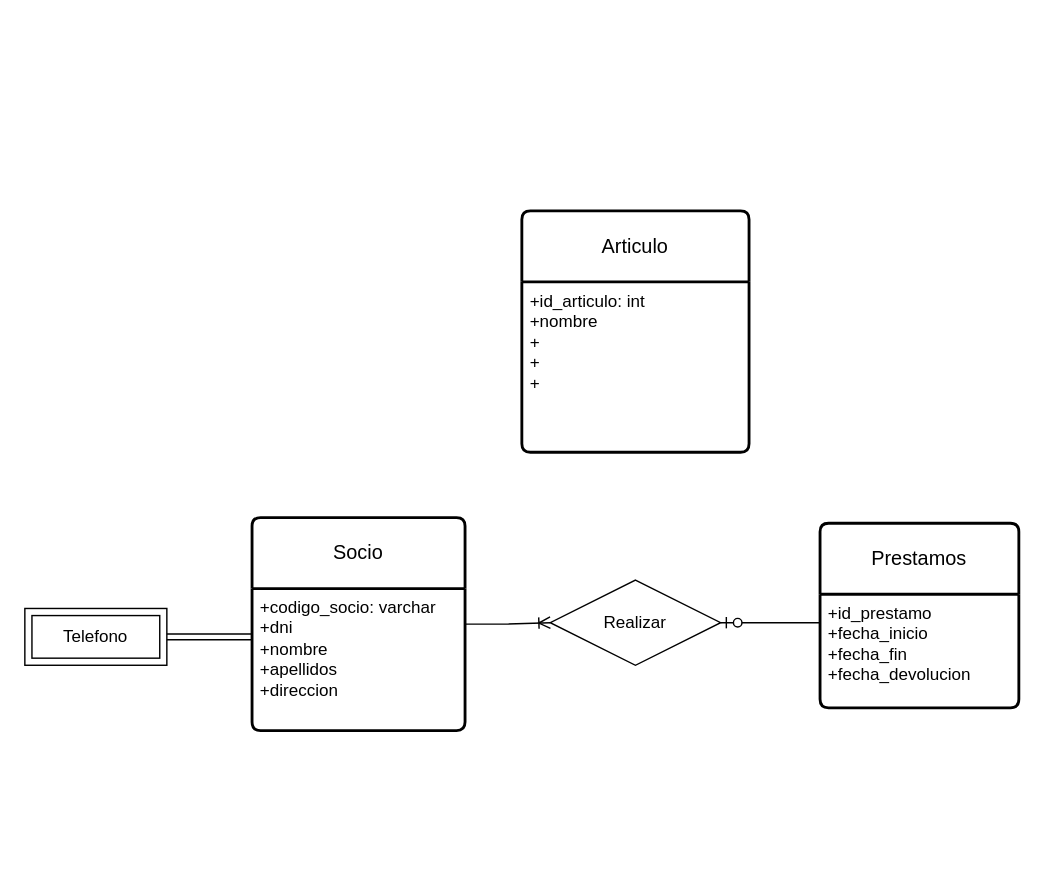
Earlier version of the draw.io diagram ejercicio6.drawio (AsierGArranz/aga-sru-sa-t-UD12DiagramaER-11102023). Source tidied: cells renumbered, new cells numbered last; positions are measured from the earlier drawing's top-left corner, leaving out a move shared by most shapes. Both pictures are drawn from the tidied source at 142%, with x=0, y=0 at pixel (24, 210).
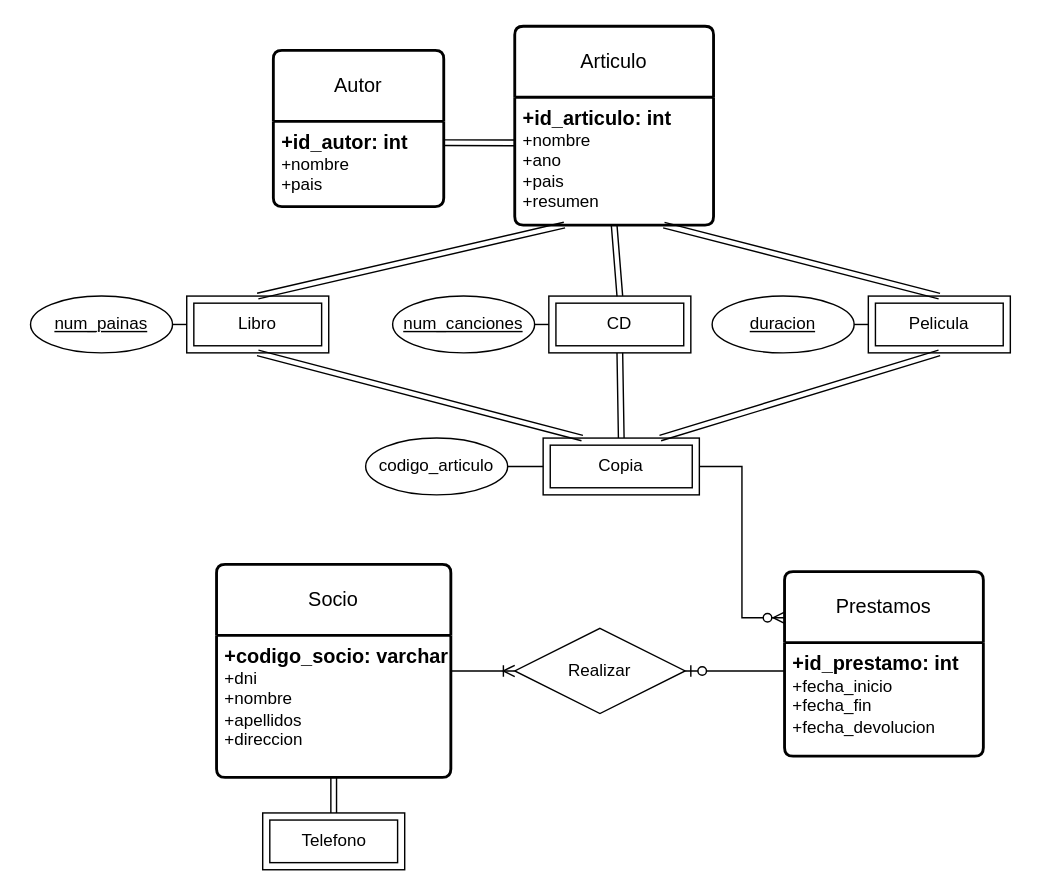
After the change.

What changed in the source:
```diff
@@
     <mxCell id="2" value="Socio" style="swimlane;horizontal=1;startSize=50;rounded=1;fontSize=14;fontStyle=0;strokeWidth=2;shadow=0;dashed=0;align=center;arcSize=4;whiteSpace=wrap;html=1;" parent="1" vertex="1">
-      <mxGeometry x="160" y="216" width="150" height="150" as="geometry" />
+      <mxGeometry x="135" y="249" width="165" height="150" as="geometry" />
     </mxCell>
-    <mxCell id="3" value="+codigo_socio: varchar&lt;br&gt;+dni&lt;br&gt;+nombre&lt;br&gt;+apellidos&lt;br&gt;+direccion" style="align=left;strokeColor=none;fillColor=none;spacingLeft=4;fontSize=12;verticalAlign=top;html=1;" parent="2" vertex="1">
-      <mxGeometry y="50" width="150" height="100" as="geometry" />
+    <mxCell id="3" value="&lt;font style=&quot;font-size: 14px;&quot;&gt;&lt;b&gt;+codigo_socio: varchar&lt;br&gt;&lt;/b&gt;&lt;/font&gt;+dni&lt;br&gt;+nombre&lt;br&gt;+apellidos&lt;br&gt;+direccion" style="align=left;strokeColor=none;fillColor=none;spacingLeft=4;fontSize=12;verticalAlign=top;html=1;" parent="2" vertex="1">
+      <mxGeometry y="50" width="165" height="100" as="geometry" />
     </mxCell>
     <mxCell id="4" value="Articulo" style="swimlane;horizontal=1;startSize=50;rounded=1;fontSize=14;fontStyle=0;strokeWidth=2;shadow=0;dashed=0;align=center;arcSize=4;whiteSpace=wrap;html=1;" parent="1" vertex="1">
-      <mxGeometry x="350" width="160" height="170" as="geometry" />
+      <mxGeometry x="345" y="-130" width="140" height="140" as="geometry" />
     </mxCell>
-    <mxCell id="5" value="+id_articulo: int&lt;br&gt;+nombre&lt;br&gt;+&lt;br&gt;+&lt;br&gt;+" style="align=left;strokeColor=none;fillColor=none;spacingLeft=4;fontSize=12;verticalAlign=top;html=1;" parent="4" vertex="1">
-      <mxGeometry y="50" width="160" height="120" as="geometry" />
+    <mxCell id="5" value="&lt;b&gt;&lt;font style=&quot;font-size: 14px;&quot;&gt;+id_articulo: int&lt;br&gt;&lt;/font&gt;&lt;/b&gt;+nombre&lt;br&gt;+ano&lt;br&gt;+pais&lt;br&gt;+resumen" style="align=left;strokeColor=none;fillColor=none;spacingLeft=4;fontSize=12;verticalAlign=top;html=1;" parent="4" vertex="1">
+      <mxGeometry y="50" width="140" height="90" as="geometry" />
     </mxCell>
     <mxCell id="6" value="Realizar" style="shape=rhombus;perimeter=rhombusPerimeter;whiteSpace=wrap;html=1;align=center;" parent="1" vertex="1">
-      <mxGeometry x="370" y="260" width="120" height="60" as="geometry" />
+      <mxGeometry x="345" y="294" width="120" height="60" as="geometry" />
     </mxCell>
     <mxCell id="7" value="Telefono" style="shape=ext;margin=3;double=1;whiteSpace=wrap;html=1;align=center;" parent="1" vertex="1">
-      <mxGeometry y="280" width="100" height="40" as="geometry" />
+      <mxGeometry x="167.5" y="424" width="100" height="40" as="geometry" />
     </mxCell>
-    <mxCell id="8" style="shape=link;html=1;rounded=0;exitX=1;exitY=0.5;exitDx=0;exitDy=0;entryX=0;entryY=0.34;entryDx=0;entryDy=0;entryPerimeter=0;" parent="1" edge="1" source="7" target="3">
+    <mxCell id="8" style="shape=link;html=1;rounded=0;exitX=0.5;exitY=0;exitDx=0;exitDy=0;entryX=0.5;entryY=1;entryDx=0;entryDy=0;" parent="1" edge="1" source="7" target="3">
       <mxGeometry relative="1" as="geometry" />
     </mxCell>
     <mxCell id="9" value="Prestamos" style="swimlane;horizontal=1;startSize=50;rounded=1;fontSize=14;fontStyle=0;strokeWidth=2;shadow=0;dashed=0;align=center;arcSize=4;whiteSpace=wrap;html=1;" parent="1" vertex="1">
-      <mxGeometry x="560" y="220" width="140" height="130" as="geometry" />
+      <mxGeometry x="535" y="254" width="140" height="130" as="geometry" />
     </mxCell>
-    <mxCell id="10" value="+id_prestamo&lt;br&gt;+fecha_inicio&lt;br&gt;+fecha_fin&lt;br&gt;+fecha_devolucion" style="align=left;strokeColor=none;fillColor=none;spacingLeft=4;fontSize=12;verticalAlign=top;html=1;" parent="9" vertex="1">
+    <mxCell id="10" value="&lt;b&gt;&lt;font style=&quot;font-size: 14px;&quot;&gt;+id_prestamo: int&lt;br&gt;&lt;/font&gt;&lt;/b&gt;+fecha_inicio&lt;br&gt;+fecha_fin&lt;br&gt;+fecha_devolucion" style="align=left;strokeColor=none;fillColor=none;spacingLeft=4;fontSize=12;verticalAlign=top;html=1;" parent="9" vertex="1">
       <mxGeometry y="50" width="140" height="80" as="geometry" />
     </mxCell>
@@
+    <mxCell id="13" style="shape=link;html=1;rounded=0;exitX=1;exitY=0.25;exitDx=0;exitDy=0;entryX=-0.002;entryY=0.357;entryDx=0;entryDy=0;entryPerimeter=0;" parent="1" edge="1" source="15" target="5">
+      <mxGeometry relative="1" as="geometry" />
+    </mxCell>
+    <mxCell id="14" value="Autor" style="swimlane;horizontal=1;startSize=50;rounded=1;fontSize=14;fontStyle=0;strokeWidth=2;shadow=0;dashed=0;align=center;arcSize=4;whiteSpace=wrap;html=1;" parent="1" vertex="1">
+      <mxGeometry x="175" y="-113" width="120" height="110" as="geometry" />
+    </mxCell>
+    <mxCell id="15" value="&lt;font style=&quot;font-size: 14px;&quot;&gt;&lt;b&gt;+id_autor: int&lt;br&gt;&lt;/b&gt;&lt;/font&gt;+nombre&lt;br&gt;+pais" style="align=left;strokeColor=none;fillColor=none;spacingLeft=4;fontSize=12;verticalAlign=top;html=1;" parent="14" vertex="1">
+      <mxGeometry y="50" width="120" height="60" as="geometry" />
+    </mxCell>
+    <mxCell id="16" value="Pelicula" style="shape=ext;margin=3;double=1;whiteSpace=wrap;html=1;align=center;" parent="1" vertex="1">
+      <mxGeometry x="594" y="60" width="100" height="40" as="geometry" />
+    </mxCell>
+    <mxCell id="17" value="CD" style="shape=ext;margin=3;double=1;whiteSpace=wrap;html=1;align=center;" parent="1" vertex="1">
+      <mxGeometry x="369" y="60" width="100" height="40" as="geometry" />
+    </mxCell>
+    <mxCell id="18" value="Libro" style="shape=ext;margin=3;double=1;whiteSpace=wrap;html=1;align=center;" parent="1" vertex="1">
+      <mxGeometry x="114" y="60" width="100" height="40" as="geometry" />
+    </mxCell>
+    <mxCell id="19" value="Copia" style="shape=ext;margin=3;double=1;whiteSpace=wrap;html=1;align=center;" parent="1" vertex="1">
+      <mxGeometry x="365" y="160" width="110" height="40" as="geometry" />
+    </mxCell>
+    <mxCell id="20" value="codigo_articulo" style="ellipse;whiteSpace=wrap;html=1;align=center;" parent="1" vertex="1">
+      <mxGeometry x="240" y="160" width="100" height="40" as="geometry" />
+    </mxCell>
+    <mxCell id="21" style="endArrow=none;html=1;rounded=0;exitX=0;exitY=0.5;exitDx=0;exitDy=0;entryX=1;entryY=0.5;entryDx=0;entryDy=0;" parent="1" edge="1" source="19" target="20">
+      <mxGeometry relative="1" as="geometry" />
+    </mxCell>
+    <mxCell id="22" value="num_painas" style="ellipse;whiteSpace=wrap;html=1;align=center;fontStyle=4;" parent="1" vertex="1">
+      <mxGeometry x="4" y="60" width="100" height="40" as="geometry" />
+    </mxCell>
+    <mxCell id="23" value="num_canciones" style="ellipse;whiteSpace=wrap;html=1;align=center;fontStyle=4;" parent="1" vertex="1">
+      <mxGeometry x="259" y="60" width="100" height="40" as="geometry" />
+    </mxCell>
+    <mxCell id="24" value="duracion" style="ellipse;whiteSpace=wrap;html=1;align=center;fontStyle=4;" parent="1" vertex="1">
+      <mxGeometry x="484" y="60" width="100" height="40" as="geometry" />
+    </mxCell>
+    <mxCell id="25" style="endArrow=none;html=1;rounded=0;exitX=1;exitY=0.5;exitDx=0;exitDy=0;entryX=0;entryY=0.5;entryDx=0;entryDy=0;" parent="1" edge="1" source="22" target="18">
+      <mxGeometry relative="1" as="geometry" />
+    </mxCell>
+    <mxCell id="26" style="endArrow=none;html=1;rounded=0;exitX=1;exitY=0.5;exitDx=0;exitDy=0;entryX=0;entryY=0.5;entryDx=0;entryDy=0;" parent="1" edge="1" source="23" target="17">
+      <mxGeometry relative="1" as="geometry" />
+    </mxCell>
+    <mxCell id="27" style="endArrow=none;html=1;rounded=0;exitX=1;exitY=0.5;exitDx=0;exitDy=0;entryX=0;entryY=0.5;entryDx=0;entryDy=0;" parent="1" edge="1" source="24" target="16">
+      <mxGeometry relative="1" as="geometry" />
+    </mxCell>
+    <mxCell id="28" style="shape=link;html=1;rounded=0;entryX=0.25;entryY=1;entryDx=0;entryDy=0;exitX=0.5;exitY=0;exitDx=0;exitDy=0;" parent="1" edge="1" source="18" target="5">
+      <mxGeometry relative="1" as="geometry" />
+    </mxCell>
+    <mxCell id="29" style="shape=link;html=1;rounded=0;entryX=0.5;entryY=1;entryDx=0;entryDy=0;exitX=0.5;exitY=0;exitDx=0;exitDy=0;" parent="1" edge="1" source="17" target="5">
+      <mxGeometry relative="1" as="geometry" />
+    </mxCell>
+    <mxCell id="30" style="shape=link;html=1;rounded=0;entryX=0.75;entryY=1;entryDx=0;entryDy=0;exitX=0.5;exitY=0;exitDx=0;exitDy=0;" parent="1" edge="1" source="16" target="5">
+      <mxGeometry relative="1" as="geometry" />
+    </mxCell>
+    <mxCell id="31" style="shape=link;html=1;rounded=0;entryX=0.25;entryY=0;entryDx=0;entryDy=0;exitX=0.5;exitY=1;exitDx=0;exitDy=0;" parent="1" edge="1" source="18" target="19">
+      <mxGeometry relative="1" as="geometry" />
+    </mxCell>
+    <mxCell id="32" style="shape=link;html=1;rounded=0;entryX=0.5;entryY=1;entryDx=0;entryDy=0;exitX=0.5;exitY=0;exitDx=0;exitDy=0;" parent="1" edge="1" source="19" target="17">
+      <mxGeometry relative="1" as="geometry" />
+    </mxCell>
+    <mxCell id="33" style="shape=link;html=1;rounded=0;entryX=0.75;entryY=0;entryDx=0;entryDy=0;exitX=0.5;exitY=1;exitDx=0;exitDy=0;" parent="1" edge="1" source="16" target="19">
+      <mxGeometry relative="1" as="geometry" />
+    </mxCell>
+    <mxCell id="34" style="edgeStyle=entityRelationEdgeStyle;fontSize=12;html=1;endArrow=ERzeroToMany;endFill=1;rounded=0;entryX=0;entryY=0.25;entryDx=0;entryDy=0;exitX=1;exitY=0.5;exitDx=0;exitDy=0;" parent="1" edge="1" source="19" target="9">
+      <mxGeometry relative="1" as="geometry">
+        <Array as="points">
+          <mxPoint x="526.5" y="240" />
+          <mxPoint x="576.5" y="210" />
+          <mxPoint x="586.5" y="200" />
+          <mxPoint x="526.5" y="210" />
+          <mxPoint x="496.5" y="240" />
+          <mxPoint x="586.5" y="222" />
+          <mxPoint x="596.5" y="222" />
+          <mxPoint x="516.5" y="230" />
+        </Array>
+      </mxGeometry>
+    </mxCell>
```
